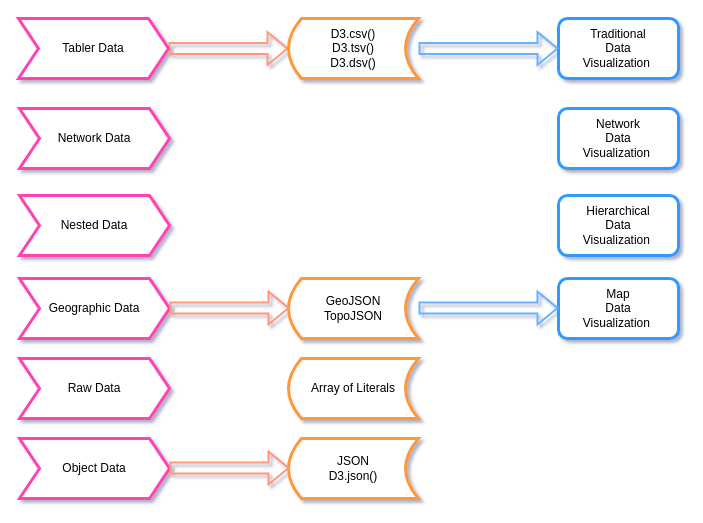
Before: page "Type of Data Visualization" (5 of 6) of My Articles/d3/D3 Understanding.drawio in anbarasan-raji/books, a draw.io diagram. Source tidied: cells renumbered, new cells numbered last; positions are measured from the earlier drawing's top-left corner, leaving out a move shared by most shapes. Both pictures are drawn from the tidied source at 100%, with x=0, y=0 at pixel (18, 18).
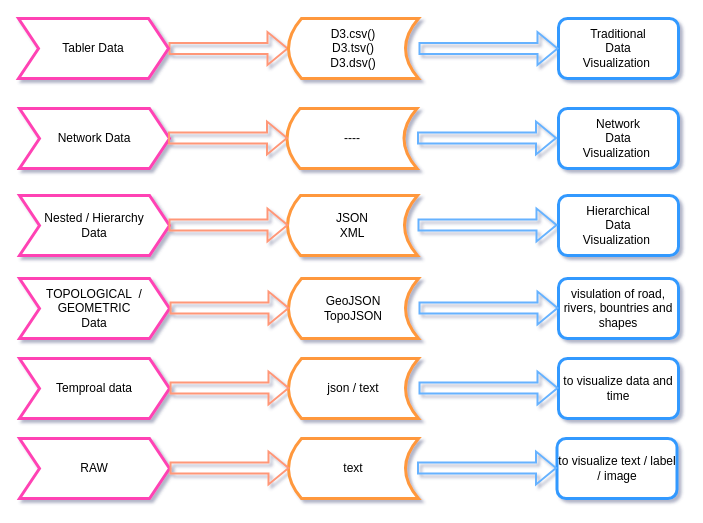
The same diagram, later.

Diff of the diagram source:
```diff
@@
-    <mxCell id="8" value="Nested Data" style="shape=step;perimeter=stepPerimeter;whiteSpace=wrap;html=1;fixedSize=1;strokeColor=#FF42B4;strokeWidth=3;" parent="1" vertex="1">
+    <mxCell id="8" value="Nested / Hierarchy &lt;br&gt;Data" style="shape=step;perimeter=stepPerimeter;whiteSpace=wrap;html=1;fixedSize=1;strokeColor=#FF42B4;strokeWidth=3;" parent="1" vertex="1">
       <mxGeometry x="1" y="177" width="150" height="60" as="geometry" />
     </mxCell>
-    <mxCell id="9" value="Geographic Data" style="shape=step;perimeter=stepPerimeter;whiteSpace=wrap;html=1;fixedSize=1;strokeColor=#FF42B4;strokeWidth=3;" parent="1" vertex="1">
+    <mxCell id="9" value="TOPOLOGICAL&amp;nbsp; / GEOMETRIC&lt;br&gt;Data" style="shape=step;perimeter=stepPerimeter;whiteSpace=wrap;html=1;fixedSize=1;strokeColor=#FF42B4;strokeWidth=3;" parent="1" vertex="1">
       <mxGeometry x="1" y="260" width="150" height="60" as="geometry" />
     </mxCell>
-    <mxCell id="10" value="Map&lt;br&gt;Data&lt;br&gt;Visualization&amp;nbsp;" style="rounded=1;whiteSpace=wrap;html=1;strokeColor=#3399FF;strokeWidth=3;" parent="1" vertex="1">
+    <mxCell id="10" value="visulation of road, rivers, bountries and shapes" style="rounded=1;whiteSpace=wrap;html=1;strokeColor=#3399FF;strokeWidth=3;" parent="1" vertex="1">
       <mxGeometry x="540" y="260" width="120" height="60" as="geometry" />
     </mxCell>
-    <mxCell id="11" value="Object Data" style="shape=step;perimeter=stepPerimeter;whiteSpace=wrap;html=1;fixedSize=1;strokeColor=#FF42B4;strokeWidth=3;" parent="1" vertex="1">
+    <mxCell id="11" value="RAW" style="shape=step;perimeter=stepPerimeter;whiteSpace=wrap;html=1;fixedSize=1;strokeColor=#FF42B4;strokeWidth=3;" parent="1" vertex="1">
       <mxGeometry x="1" y="420" width="150" height="60" as="geometry" />
     </mxCell>
-    <mxCell id="12" value="Raw Data" style="shape=step;perimeter=stepPerimeter;whiteSpace=wrap;html=1;fixedSize=1;strokeColor=#FF42B4;strokeWidth=3;" parent="1" vertex="1">
+    <mxCell id="12" value="Temproal data" style="shape=step;perimeter=stepPerimeter;whiteSpace=wrap;html=1;fixedSize=1;strokeColor=#FF42B4;strokeWidth=3;" parent="1" vertex="1">
       <mxGeometry x="1" y="340" width="150" height="60" as="geometry" />
     </mxCell>
@@
-    <mxCell id="18" value="Array of Literals" style="shape=dataStorage;whiteSpace=wrap;html=1;strokeColor=#FF983D;strokeWidth=3;" parent="1" vertex="1">
-      <mxGeometry x="270" y="340" width="130" height="60" as="geometry" />
-    </mxCell>
-    <mxCell id="19" value="JSON&lt;br&gt;D3.json()" style="shape=dataStorage;whiteSpace=wrap;html=1;strokeColor=#FF983D;strokeWidth=3;" parent="1" vertex="1">
+    <mxCell id="19" value="text" style="shape=dataStorage;whiteSpace=wrap;html=1;strokeColor=#FF983D;strokeWidth=3;" parent="1" vertex="1">
       <mxGeometry x="270" y="420" width="130" height="60" as="geometry" />
     </mxCell>
@@
+    <mxCell id="21" value="JSON&lt;br&gt;XML" style="shape=dataStorage;whiteSpace=wrap;html=1;strokeColor=#FF983D;strokeWidth=3;" parent="1" vertex="1">
+      <mxGeometry x="269" y="177" width="130" height="60" as="geometry" />
+    </mxCell>
+    <mxCell id="22" style="edgeStyle=none;shape=flexArrow;rounded=0;orthogonalLoop=1;jettySize=auto;html=1;strokeColor=#FF9778;strokeWidth=2;" parent="1" edge="1">
+      <mxGeometry relative="1" as="geometry">
+        <mxPoint x="150" y="206.5" as="sourcePoint" />
+        <mxPoint x="270" y="206.5" as="targetPoint" />
+      </mxGeometry>
+    </mxCell>
+    <mxCell id="23" style="edgeStyle=none;shape=flexArrow;rounded=0;orthogonalLoop=1;jettySize=auto;html=1;entryX=0;entryY=0.5;entryDx=0;entryDy=0;strokeColor=#66B2FF;strokeWidth=2;" parent="1" edge="1">
+      <mxGeometry relative="1" as="geometry">
+        <mxPoint x="399" y="206.5" as="sourcePoint" />
+        <mxPoint x="539" y="206.5" as="targetPoint" />
+      </mxGeometry>
+    </mxCell>
+    <mxCell id="24" value="----" style="shape=dataStorage;whiteSpace=wrap;html=1;strokeColor=#FF983D;strokeWidth=3;" parent="1" vertex="1">
+      <mxGeometry x="268.5" y="90" width="130" height="60" as="geometry" />
+    </mxCell>
+    <mxCell id="25" style="edgeStyle=none;shape=flexArrow;rounded=0;orthogonalLoop=1;jettySize=auto;html=1;strokeColor=#FF9778;strokeWidth=2;" parent="1" edge="1">
+      <mxGeometry relative="1" as="geometry">
+        <mxPoint x="149.5" y="119.5" as="sourcePoint" />
+        <mxPoint x="269.5" y="119.5" as="targetPoint" />
+      </mxGeometry>
+    </mxCell>
+    <mxCell id="26" style="edgeStyle=none;shape=flexArrow;rounded=0;orthogonalLoop=1;jettySize=auto;html=1;entryX=0;entryY=0.5;entryDx=0;entryDy=0;strokeColor=#66B2FF;strokeWidth=2;" parent="1" edge="1">
+      <mxGeometry relative="1" as="geometry">
+        <mxPoint x="398.5" y="119.5" as="sourcePoint" />
+        <mxPoint x="538.5" y="119.5" as="targetPoint" />
+      </mxGeometry>
+    </mxCell>
+    <mxCell id="27" value="to visualize data and time" style="rounded=1;whiteSpace=wrap;html=1;strokeColor=#3399FF;strokeWidth=3;" parent="1" vertex="1">
+      <mxGeometry x="540" y="340" width="120" height="60" as="geometry" />
+    </mxCell>
+    <mxCell id="28" value="json / text" style="shape=dataStorage;whiteSpace=wrap;html=1;strokeColor=#FF983D;strokeWidth=3;" parent="1" vertex="1">
+      <mxGeometry x="270" y="340" width="130" height="60" as="geometry" />
+    </mxCell>
+    <mxCell id="29" style="edgeStyle=none;shape=flexArrow;rounded=0;orthogonalLoop=1;jettySize=auto;html=1;strokeColor=#FF9778;strokeWidth=2;" parent="1" edge="1">
+      <mxGeometry relative="1" as="geometry">
+        <mxPoint x="151" y="369.5" as="sourcePoint" />
+        <mxPoint x="271" y="369.5" as="targetPoint" />
+      </mxGeometry>
+    </mxCell>
+    <mxCell id="30" style="edgeStyle=none;shape=flexArrow;rounded=0;orthogonalLoop=1;jettySize=auto;html=1;entryX=0;entryY=0.5;entryDx=0;entryDy=0;strokeColor=#66B2FF;strokeWidth=2;" parent="1" edge="1">
+      <mxGeometry relative="1" as="geometry">
+        <mxPoint x="400" y="369.5" as="sourcePoint" />
+        <mxPoint x="540" y="369.5" as="targetPoint" />
+      </mxGeometry>
+    </mxCell>
+    <mxCell id="31" value="to visualize text / label / image" style="rounded=1;whiteSpace=wrap;html=1;strokeColor=#3399FF;strokeWidth=3;" parent="1" vertex="1">
+      <mxGeometry x="538.5" y="420" width="120" height="60" as="geometry" />
+    </mxCell>
+    <mxCell id="32" style="edgeStyle=none;shape=flexArrow;rounded=0;orthogonalLoop=1;jettySize=auto;html=1;entryX=0;entryY=0.5;entryDx=0;entryDy=0;strokeColor=#66B2FF;strokeWidth=2;" parent="1" edge="1">
+      <mxGeometry relative="1" as="geometry">
+        <mxPoint x="398.5" y="449.5" as="sourcePoint" />
+        <mxPoint x="538.5" y="449.5" as="targetPoint" />
+      </mxGeometry>
+    </mxCell>
```
